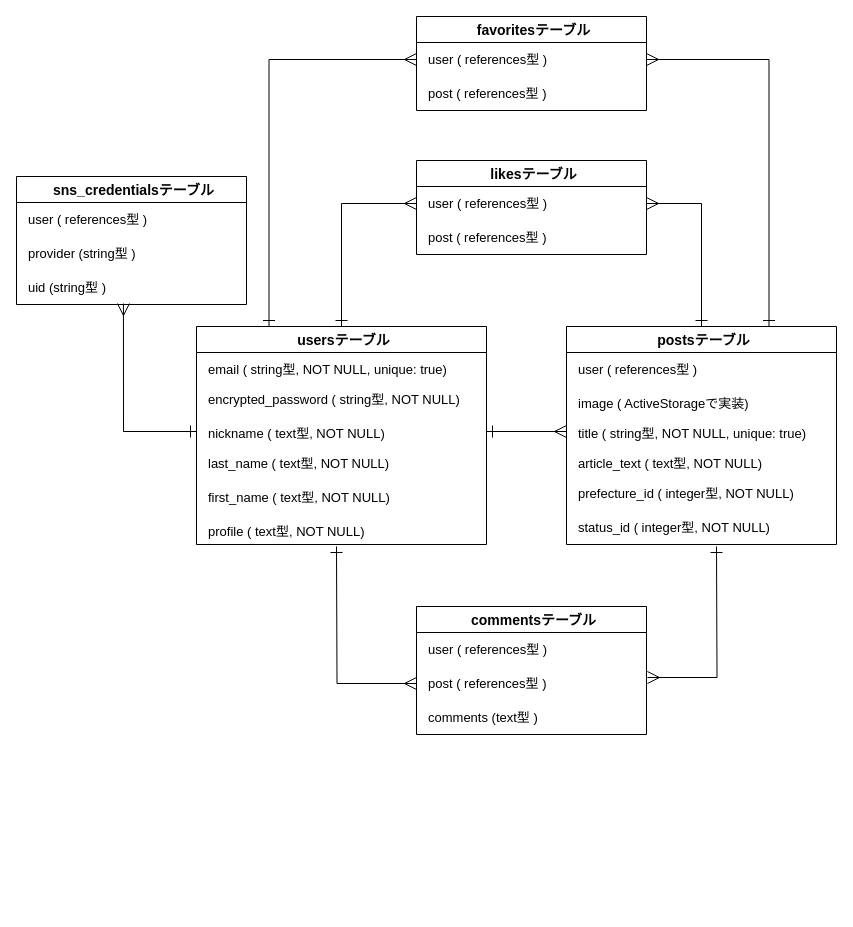
Earlier version of the draw.io diagram app/views/index.dio (shiorifujimoto/camp_app). Source tidied: cells renumbered, new cells numbered last; positions are measured from the earlier drawing's top-left corner, leaving out a move shared by most shapes. Both pictures are drawn from the tidied source at 100%, with x=0, y=0 at pixel (16, 16).
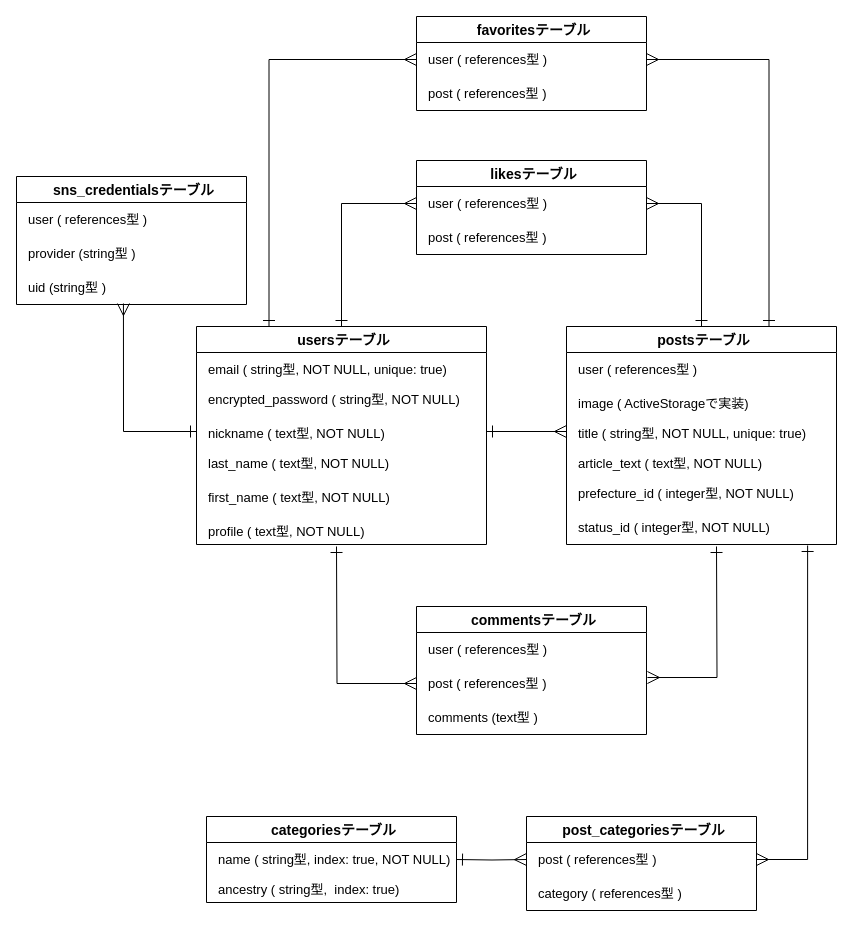
The same page after the edit.

Unchanged cells that the change refers to:
```xml
<mxCell id="27" value="status_id ( integer型, NOT NULL)" style="text;strokeColor=none;fillColor=none;spacingLeft=7;spacingRight=2;overflow=hidden;points=[[0,0.5],[1,0.5]];portConstraint=eastwest;fontSize=13;spacing=5;" parent="21" vertex="1">
  <mxGeometry y="184" width="270" height="34" as="geometry" />
</mxCell>
```

The edit, as a diff of the source:
```diff
@@
+    <mxCell id="38" value="post_categoriesテーブル" style="swimlane;fontStyle=1;horizontal=1;startSize=26;align=center;fontSize=14;spacing=15;spacingTop=0;spacingBottom=0;spacingRight=2;spacingLeft=7;" parent="1" vertex="1">
+      <mxGeometry x="510" y="800" width="230" height="94" as="geometry" />
+    </mxCell>
+    <mxCell id="39" value="post ( references型 )" style="text;strokeColor=none;fillColor=none;spacingLeft=7;spacingRight=2;overflow=hidden;points=[[0,0.5],[1,0.5]];portConstraint=eastwest;fontSize=13;spacing=5;" parent="38" vertex="1">
+      <mxGeometry y="26" width="230" height="34" as="geometry" />
+    </mxCell>
+    <mxCell id="40" value="category ( references型 )" style="text;strokeColor=none;fillColor=none;spacingLeft=7;spacingRight=2;overflow=hidden;fontSize=13;spacing=5;" parent="38" vertex="1">
+      <mxGeometry y="60" width="230" height="34" as="geometry" />
+    </mxCell>
+    <mxCell id="41" value="categoriesテーブル" style="swimlane;fontStyle=1;horizontal=1;startSize=26;align=center;fontSize=14;spacing=15;spacingTop=0;spacingBottom=0;spacingRight=2;spacingLeft=7;" parent="1" vertex="1">
+      <mxGeometry x="190" y="800" width="250" height="86" as="geometry" />
+    </mxCell>
+    <mxCell id="42" value="name ( string型, index: true, NOT NULL)" style="text;strokeColor=none;fillColor=none;spacingLeft=7;spacingRight=2;overflow=hidden;fontSize=13;spacing=5;" parent="41" vertex="1">
+      <mxGeometry y="26" width="250" height="30" as="geometry" />
+    </mxCell>
+    <mxCell id="43" value="ancestry ( string型,  index: true)" style="text;strokeColor=none;fillColor=none;spacingLeft=7;spacingRight=2;overflow=hidden;fontSize=13;spacing=5;" parent="41" vertex="1">
+      <mxGeometry y="56" width="250" height="30" as="geometry" />
+    </mxCell>
+    <mxCell id="44" style="edgeStyle=orthogonalEdgeStyle;rounded=0;jettySize=auto;html=1;exitX=1;exitY=0.5;exitDx=0;exitDy=0;entryX=0.893;entryY=1.029;entryDx=0;entryDy=0;entryPerimeter=0;endArrow=ERone;endFill=0;endSize=10;startSize=10;startArrow=ERmany;startFill=0;" parent="1" edge="1" source="39" target="27">
+      <mxGeometry relative="1" as="geometry" />
+    </mxCell>
+    <mxCell id="45" style="edgeStyle=orthogonalEdgeStyle;rounded=0;jettySize=auto;html=1;entryX=0;entryY=0.5;entryDx=0;entryDy=0;startArrow=ERone;startFill=0;startSize=10;endArrow=ERmany;endFill=0;endSize=10;" parent="1" edge="1" target="39">
+      <mxGeometry relative="1" as="geometry">
+        <mxPoint x="440" y="843" as="sourcePoint" />
+      </mxGeometry>
+    </mxCell>
```
